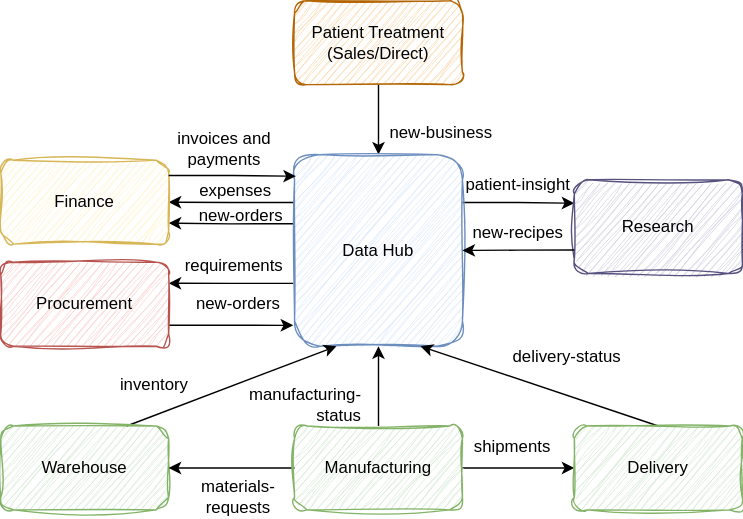
Before: site/docs/practices/coco-pharmaceuticals/scenarios/defining-new-systems-architecture/data-driven-systems-architecture.svg, a diagram exported from draw.io (odpi/egeria-docs). Source tidied: cells renumbered, new cells last; positions are measured from the earlier drawing's top-left corner, leaving out a move shared by most shapes.
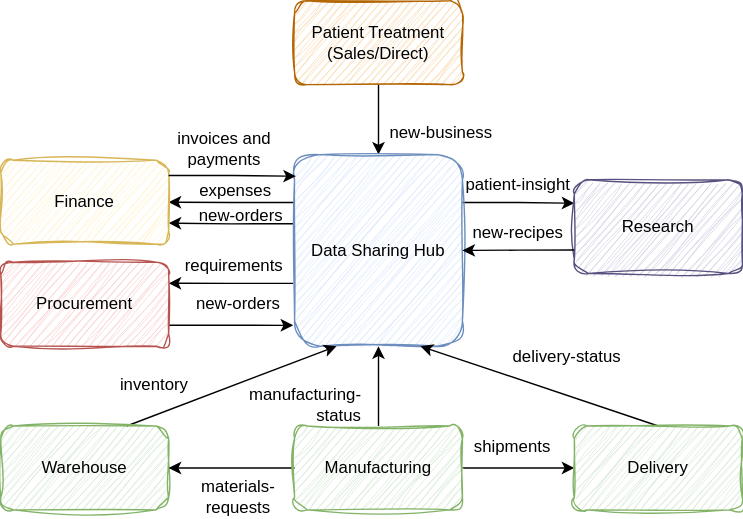
After the commit.

Change to the diagram source:
```diff
@@ -20,7 +20,7 @@
     <mxCell id="7" style="edgeStyle=orthogonalEdgeStyle;rounded=0;jettySize=auto;html=1;exitX=-0.008;exitY=0.361;exitDx=0;exitDy=0;entryX=1;entryY=0.75;entryDx=0;entryDy=0;exitPerimeter=0;" parent="1" edge="1" source="8" target="9">
       <mxGeometry relative="1" as="geometry" />
     </mxCell>
-    <mxCell id="8" value="Data Hub" style="rounded=1;whiteSpace=wrap;html=1;fillColor=#dae8fc;strokeColor=#6c8ebf;sketch=1;curveFitting=1;jiggle=2;" parent="1" vertex="1">
+    <mxCell id="8" value="Data Sharing Hub" style="rounded=1;whiteSpace=wrap;html=1;fillColor=#dae8fc;strokeColor=#6c8ebf;sketch=1;curveFitting=1;jiggle=2;" parent="1" vertex="1">
       <mxGeometry x="210" y="110" width="120" height="137" as="geometry" />
     </mxCell>
     <mxCell id="9" value="Finance" style="rounded=1;whiteSpace=wrap;html=1;fillColor=#fff2cc;strokeColor=#d6b656;sketch=1;curveFitting=1;jiggle=2;" parent="1" vertex="1">
```
